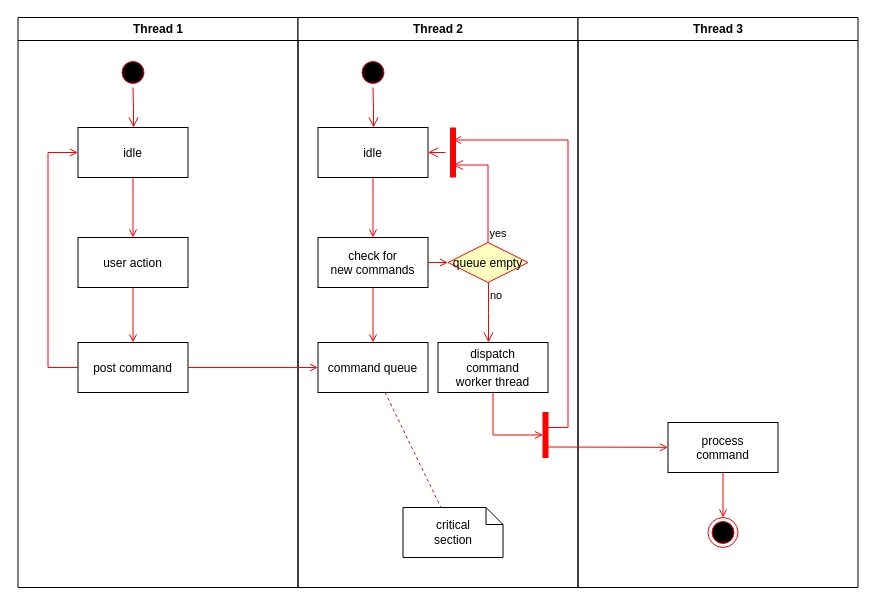
yuchueh/myCharts keeps this draw.io diagram as 未命名绘图.drawio. Above is the earlier version. Source tidied: cells renumbered, new cells numbered last; positions are measured from the earlier drawing's top-left corner, leaving out a move shared by most shapes. Both pictures are drawn from the tidied source at 100%, with x=0, y=0 at pixel (17, 17).
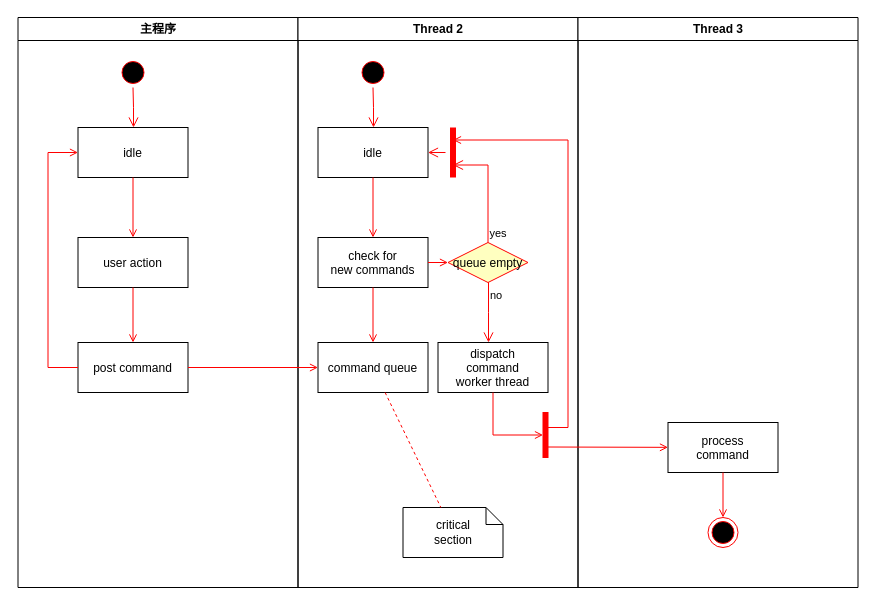
After the change.

What changed in the source:
```diff
@@
-    <mxCell id="2" value="Thread 1" style="swimlane;whiteSpace=wrap;" parent="1" vertex="1">
+    <mxCell id="2" value="主程序" style="swimlane;whiteSpace=wrap;" parent="1" vertex="1">
       <mxGeometry x="0.5" width="280" height="570" as="geometry" />
     </mxCell>
```
